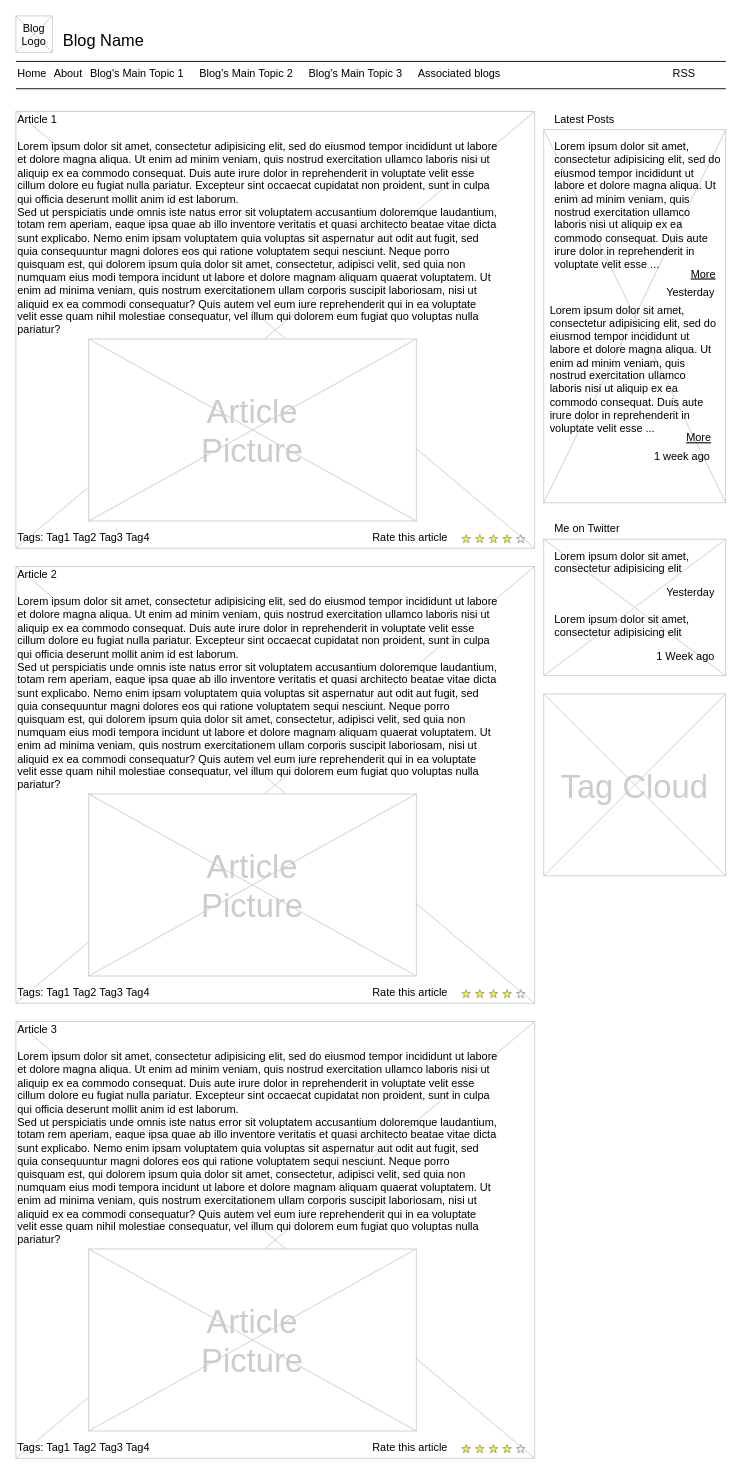
Earlier version of the draw.io diagram test.drawio (marina-bozic/s3-terraform). Source tidied: cells renumbered, new cells numbered last; positions are measured from the earlier drawing's top-left corner, leaving out a move shared by most shapes. Both pictures are drawn from the tidied source at 91%, with x=0, y=0 at pixel (15, 15).
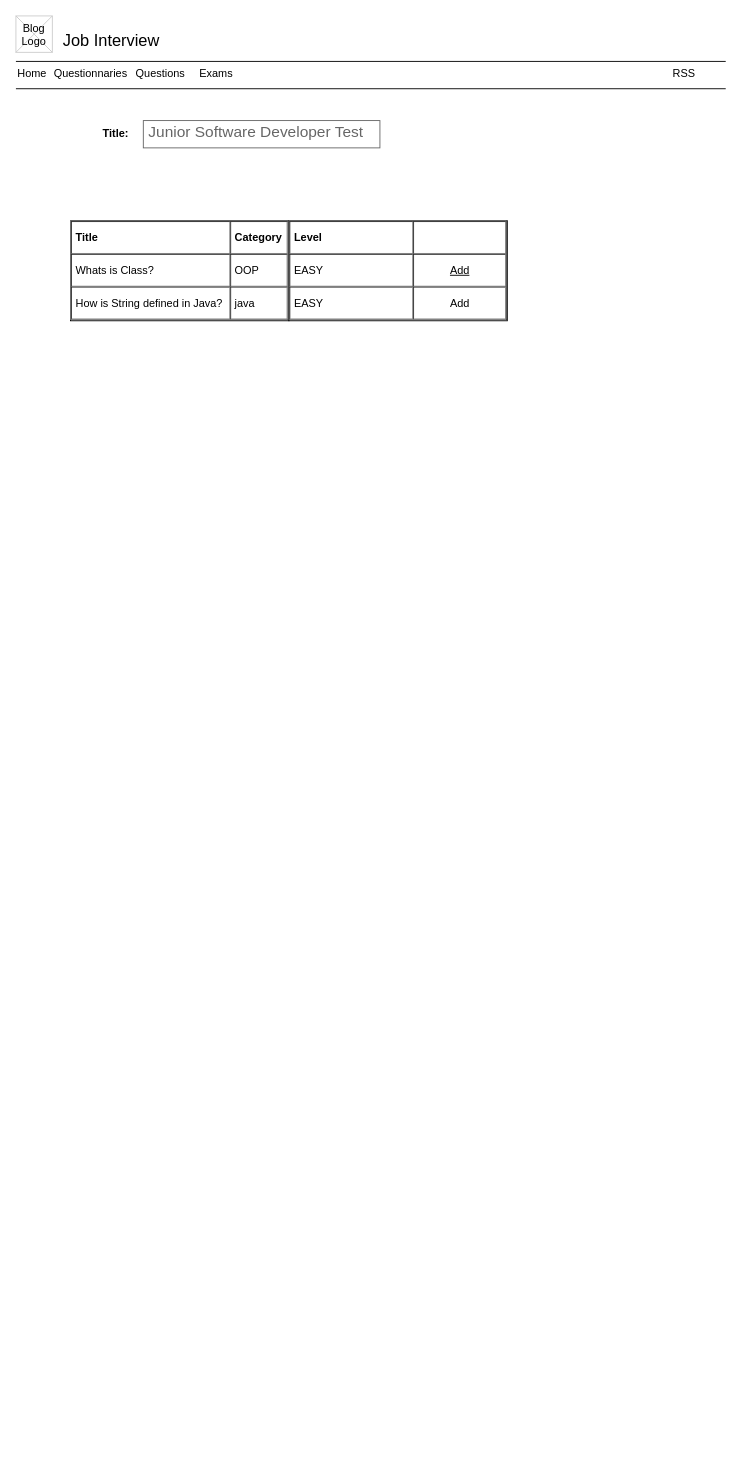
After the change.

Diff of the diagram source:
```diff
@@
-    <mxCell id="2" style="verticalLabelPosition=bottom;verticalAlign=top;strokeWidth=1;shape=mxgraph.mockup.graphics.iconGrid;strokeColor=#CCCCCC;gridSize=1,1;" parent="1" vertex="1">
-      <mxGeometry x="580" y="125" width="200" height="410" as="geometry" />
-    </mxCell>
-    <mxCell id="3" style="verticalLabelPosition=bottom;verticalAlign=top;strokeWidth=1;shape=mxgraph.mockup.graphics.iconGrid;strokeColor=#CCCCCC;gridSize=1,1;" parent="1" vertex="1">
-      <mxGeometry y="105" width="570" height="480" as="geometry" />
-    </mxCell>
-    <mxCell id="4" value="Blog Name" style="text;spacingTop=-5;fontSize=18;fontStyle=0;" parent="1" vertex="1">
-      <mxGeometry x="50" y="15" width="230" height="20" as="geometry" />
-    </mxCell>
+    <mxCell id="54" value="Job Interview" style="text;spacingTop=-5;fontSize=18;fontStyle=0;" parent="1" vertex="1">
+      <mxGeometry x="50" y="15" width="230" height="20" as="geometry" />
+    </mxCell>
@@
-    <mxCell id="8" value="About" style="text;spacingTop=-5;" parent="1" vertex="1">
-      <mxGeometry x="40" y="55" width="30" height="20" as="geometry" />
-    </mxCell>
-    <mxCell id="9" value="Associated blogs" style="text;spacingTop=-5;" parent="1" vertex="1">
-      <mxGeometry x="440" y="55" width="30" height="20" as="geometry" />
-    </mxCell>
-    <mxCell id="10" value="Article 1" style="text;spacingTop=-5;" parent="1" vertex="1">
-      <mxGeometry y="105" width="30" height="20" as="geometry" />
-    </mxCell>
-    <mxCell id="11" value="Lorem ipsum dolor sit amet, consectetur adipisicing elit, sed do eiusmod tempor incididunt ut labore et dolore magna aliqua. Ut enim ad minim veniam, quis nostrud exercitation ullamco laboris nisi ut aliquip ex ea commodo consequat. Duis aute irure dolor in reprehenderit in voluptate velit esse cillum dolore eu fugiat nulla pariatur. Excepteur sint occaecat cupidatat non proident, sunt in culpa qui officia deserunt mollit anim id est laborum.&#10;Sed ut perspiciatis unde omnis iste natus error sit voluptatem accusantium doloremque laudantium, totam rem aperiam, eaque ipsa quae ab illo inventore veritatis et quasi architecto beatae vitae dicta sunt explicabo. Nemo enim ipsam voluptatem quia voluptas sit aspernatur aut odit aut fugit, sed quia consequuntur magni dolores eos qui ratione voluptatem sequi nesciunt. Neque porro quisquam est, qui dolorem ipsum quia dolor sit amet, consectetur, adipisci velit, sed quia non numquam eius modi tempora incidunt ut labore et dolore magnam aliquam quaerat voluptatem. Ut enim ad minima veniam, quis nostrum exercitationem ullam corporis suscipit laboriosam, nisi ut aliquid ex ea commodi consequatur? Quis autem vel eum iure reprehenderit qui in ea voluptate velit esse quam nihil molestiae consequatur, vel illum qui dolorem eum fugiat quo voluptas nulla pariatur?" style="text;spacingTop=-5;whiteSpace=wrap;align=left;" parent="1" vertex="1">
-      <mxGeometry y="135" width="530" height="250" as="geometry" />
-    </mxCell>
-    <mxCell id="12" value="Latest Posts" style="text;spacingTop=-5;" parent="1" vertex="1">
-      <mxGeometry x="590" y="105" width="30" height="20" as="geometry" />
-    </mxCell>
+    <mxCell id="55" value="Questionnaries" style="text;spacingTop=-5;" parent="1" vertex="1">
+      <mxGeometry x="40" y="55" width="30" height="20" as="geometry" />
+    </mxCell>
@@
-    <mxCell id="14" value="Lorem ipsum dolor sit amet, consectetur adipisicing elit, sed do eiusmod tempor incididunt ut labore et dolore magna aliqua. Ut enim ad minim veniam, quis nostrud exercitation ullamco laboris nisi ut aliquip ex ea commodo consequat. Duis aute irure dolor in reprehenderit in voluptate velit esse ..." style="text;spacingTop=-5;whiteSpace=wrap;align=left;" parent="1" vertex="1">
-      <mxGeometry x="590" y="135" width="190" height="140" as="geometry" />
-    </mxCell>
-    <mxCell id="15" value="More" style="text;spacingTop=-5;fontStyle=4;" parent="1" vertex="1">
-      <mxGeometry x="740" y="275" width="30" height="20" as="geometry" />
-    </mxCell>
-    <mxCell id="16" value="Yesterday" style="text;spacingTop=-5;fontStyle=0;align=right;" parent="1" vertex="1">
-      <mxGeometry x="740" y="295" width="30" height="20" as="geometry" />
-    </mxCell>
-    <mxCell id="17" value="Lorem ipsum dolor sit amet, consectetur adipisicing elit, sed do eiusmod tempor incididunt ut labore et dolore magna aliqua. Ut enim ad minim veniam, quis nostrud exercitation ullamco laboris nisi ut aliquip ex ea commodo consequat. Duis aute irure dolor in reprehenderit in voluptate velit esse ..." style="text;spacingTop=-5;whiteSpace=wrap;align=left;" parent="1" vertex="1">
-      <mxGeometry x="585" y="315" width="190" height="140" as="geometry" />
-    </mxCell>
-    <mxCell id="18" value="More" style="text;spacingTop=-5;fontStyle=4;" parent="1" vertex="1">
-      <mxGeometry x="735" y="455" width="30" height="20" as="geometry" />
-    </mxCell>
-    <mxCell id="19" value="1 week ago" style="text;spacingTop=-5;fontStyle=0;align=right;" parent="1" vertex="1">
-      <mxGeometry x="735" y="475" width="30" height="20" as="geometry" />
-    </mxCell>
@@
-    <mxCell id="22" value="Blog's Main Topic 1" style="text;spacingTop=-5;" parent="1" vertex="1">
-      <mxGeometry x="80" y="55" width="30" height="20" as="geometry" />
-    </mxCell>
-    <mxCell id="23" value="Blog's Main Topic 2" style="text;spacingTop=-5;" parent="1" vertex="1">
-      <mxGeometry x="200" y="55" width="30" height="20" as="geometry" />
-    </mxCell>
-    <mxCell id="24" value="Blog's Main Topic 3" style="text;spacingTop=-5;" parent="1" vertex="1">
-      <mxGeometry x="320" y="55" width="30" height="20" as="geometry" />
-    </mxCell>
-    <mxCell id="25" style="verticalLabelPosition=bottom;verticalAlign=top;strokeWidth=1;shape=mxgraph.mockup.graphics.iconGrid;strokeColor=#CCCCCC;gridSize=1,1;" parent="1" vertex="1">
-      <mxGeometry x="80" y="355" width="360" height="200" as="geometry" />
-    </mxCell>
-    <mxCell id="26" value="Article&#10;Picture" style="text;spacingTop=-5;align=center;verticalAlign=middle;fontSize=36;fontColor=#CCCCCC;" parent="1" vertex="1">
-      <mxGeometry x="80" y="355" width="360" height="200" as="geometry" />
-    </mxCell>
-    <mxCell id="27" style="verticalLabelPosition=bottom;verticalAlign=top;strokeWidth=1;shape=mxgraph.mockup.graphics.iconGrid;strokeColor=#CCCCCC;gridSize=1,1;" parent="1" vertex="1">
-      <mxGeometry y="605" width="570" height="480" as="geometry" />
-    </mxCell>
-    <mxCell id="28" value="Article 2" style="text;spacingTop=-5;" parent="1" vertex="1">
-      <mxGeometry y="605" width="30" height="20" as="geometry" />
-    </mxCell>
-    <mxCell id="29" value="Lorem ipsum dolor sit amet, consectetur adipisicing elit, sed do eiusmod tempor incididunt ut labore et dolore magna aliqua. Ut enim ad minim veniam, quis nostrud exercitation ullamco laboris nisi ut aliquip ex ea commodo consequat. Duis aute irure dolor in reprehenderit in voluptate velit esse cillum dolore eu fugiat nulla pariatur. Excepteur sint occaecat cupidatat non proident, sunt in culpa qui officia deserunt mollit anim id est laborum.&#10;Sed ut perspiciatis unde omnis iste natus error sit voluptatem accusantium doloremque laudantium, totam rem aperiam, eaque ipsa quae ab illo inventore veritatis et quasi architecto beatae vitae dicta sunt explicabo. Nemo enim ipsam voluptatem quia voluptas sit aspernatur aut odit aut fugit, sed quia consequuntur magni dolores eos qui ratione voluptatem sequi nesciunt. Neque porro quisquam est, qui dolorem ipsum quia dolor sit amet, consectetur, adipisci velit, sed quia non numquam eius modi tempora incidunt ut labore et dolore magnam aliquam quaerat voluptatem. Ut enim ad minima veniam, quis nostrum exercitationem ullam corporis suscipit laboriosam, nisi ut aliquid ex ea commodi consequatur? Quis autem vel eum iure reprehenderit qui in ea voluptate velit esse quam nihil molestiae consequatur, vel illum qui dolorem eum fugiat quo voluptas nulla pariatur?" style="text;spacingTop=-5;whiteSpace=wrap;align=left;" parent="1" vertex="1">
-      <mxGeometry y="635" width="530" height="250" as="geometry" />
-    </mxCell>
-    <mxCell id="30" style="verticalLabelPosition=bottom;verticalAlign=top;strokeWidth=1;shape=mxgraph.mockup.graphics.iconGrid;strokeColor=#CCCCCC;gridSize=1,1;" parent="1" vertex="1">
-      <mxGeometry x="80" y="855" width="360" height="200" as="geometry" />
-    </mxCell>
-    <mxCell id="31" value="Article&#10;Picture" style="text;spacingTop=-5;align=center;verticalAlign=middle;fontSize=36;fontColor=#CCCCCC;" parent="1" vertex="1">
-      <mxGeometry x="80" y="855" width="360" height="200" as="geometry" />
-    </mxCell>
-    <mxCell id="32" style="verticalLabelPosition=bottom;verticalAlign=top;strokeWidth=1;shape=mxgraph.mockup.graphics.iconGrid;strokeColor=#CCCCCC;gridSize=1,1;" parent="1" vertex="1">
-      <mxGeometry y="1105" width="570" height="480" as="geometry" />
-    </mxCell>
-    <mxCell id="33" value="Article 3" style="text;spacingTop=-5;" parent="1" vertex="1">
-      <mxGeometry y="1105" width="30" height="20" as="geometry" />
-    </mxCell>
-    <mxCell id="34" value="Lorem ipsum dolor sit amet, consectetur adipisicing elit, sed do eiusmod tempor incididunt ut labore et dolore magna aliqua. Ut enim ad minim veniam, quis nostrud exercitation ullamco laboris nisi ut aliquip ex ea commodo consequat. Duis aute irure dolor in reprehenderit in voluptate velit esse cillum dolore eu fugiat nulla pariatur. Excepteur sint occaecat cupidatat non proident, sunt in culpa qui officia deserunt mollit anim id est laborum.&#10;Sed ut perspiciatis unde omnis iste natus error sit voluptatem accusantium doloremque laudantium, totam rem aperiam, eaque ipsa quae ab illo inventore veritatis et quasi architecto beatae vitae dicta sunt explicabo. Nemo enim ipsam voluptatem quia voluptas sit aspernatur aut odit aut fugit, sed quia consequuntur magni dolores eos qui ratione voluptatem sequi nesciunt. Neque porro quisquam est, qui dolorem ipsum quia dolor sit amet, consectetur, adipisci velit, sed quia non numquam eius modi tempora incidunt ut labore et dolore magnam aliquam quaerat voluptatem. Ut enim ad minima veniam, quis nostrum exercitationem ullam corporis suscipit laboriosam, nisi ut aliquid ex ea commodi consequatur? Quis autem vel eum iure reprehenderit qui in ea voluptate velit esse quam nihil molestiae consequatur, vel illum qui dolorem eum fugiat quo voluptas nulla pariatur?" style="text;spacingTop=-5;whiteSpace=wrap;align=left;" parent="1" vertex="1">
-      <mxGeometry y="1135" width="530" height="250" as="geometry" />
-    </mxCell>
-    <mxCell id="35" style="verticalLabelPosition=bottom;verticalAlign=top;strokeWidth=1;shape=mxgraph.mockup.graphics.iconGrid;strokeColor=#CCCCCC;gridSize=1,1;" parent="1" vertex="1">
-      <mxGeometry x="80" y="1355" width="360" height="200" as="geometry" />
-    </mxCell>
-    <mxCell id="36" value="Article&#10;Picture" style="text;spacingTop=-5;align=center;verticalAlign=middle;fontSize=36;fontColor=#CCCCCC;" parent="1" vertex="1">
-      <mxGeometry x="80" y="1355" width="360" height="200" as="geometry" />
-    </mxCell>
-    <mxCell id="37" style="verticalLabelPosition=bottom;verticalAlign=top;strokeWidth=1;shape=mxgraph.mockup.misc.rating;strokeColor=#999999;fillColor=#ffff00;emptyFillColor=#ffffff;grade=4;ratingScale=5;ratingStyle=star;" parent="1" vertex="1">
-      <mxGeometry x="490" y="570" width="77.5" height="10" as="geometry" />
-    </mxCell>
-    <mxCell id="38" value="Rate this article" style="text;spacingTop=-5;" parent="1" vertex="1">
-      <mxGeometry x="390" y="565" width="30" height="20" as="geometry" />
-    </mxCell>
-    <mxCell id="39" style="verticalLabelPosition=bottom;verticalAlign=top;strokeWidth=1;shape=mxgraph.mockup.misc.rating;strokeColor=#999999;fillColor=#ffff00;emptyFillColor=#ffffff;grade=4;ratingScale=5;ratingStyle=star;" parent="1" vertex="1">
-      <mxGeometry x="490" y="1070" width="77.5" height="10" as="geometry" />
-    </mxCell>
-    <mxCell id="40" value="Rate this article" style="text;spacingTop=-5;" parent="1" vertex="1">
-      <mxGeometry x="390" y="1065" width="30" height="20" as="geometry" />
-    </mxCell>
-    <mxCell id="41" style="verticalLabelPosition=bottom;verticalAlign=top;strokeWidth=1;shape=mxgraph.mockup.misc.rating;strokeColor=#999999;fillColor=#ffff00;emptyFillColor=#ffffff;grade=4;ratingScale=5;ratingStyle=star;" parent="1" vertex="1">
-      <mxGeometry x="490" y="1570" width="77.5" height="10" as="geometry" />
-    </mxCell>
-    <mxCell id="42" value="Rate this article" style="text;spacingTop=-5;" parent="1" vertex="1">
-      <mxGeometry x="390" y="1565" width="30" height="20" as="geometry" />
-    </mxCell>
-    <mxCell id="43" value="Tags: Tag1 Tag2 Tag3 Tag4" style="text;spacingTop=-5;" parent="1" vertex="1">
-      <mxGeometry y="565" width="210" height="20" as="geometry" />
-    </mxCell>
-    <mxCell id="44" value="Tags: Tag1 Tag2 Tag3 Tag4" style="text;spacingTop=-5;" parent="1" vertex="1">
-      <mxGeometry y="1065" width="210" height="20" as="geometry" />
-    </mxCell>
-    <mxCell id="45" value="Tags: Tag1 Tag2 Tag3 Tag4" style="text;spacingTop=-5;" parent="1" vertex="1">
-      <mxGeometry y="1565" width="210" height="20" as="geometry" />
-    </mxCell>
-    <mxCell id="46" style="verticalLabelPosition=bottom;verticalAlign=top;strokeWidth=1;shape=mxgraph.mockup.graphics.iconGrid;strokeColor=#CCCCCC;gridSize=1,1;" parent="1" vertex="1">
-      <mxGeometry x="580" y="575" width="200" height="150" as="geometry" />
-    </mxCell>
-    <mxCell id="47" value="Me on Twitter" style="text;spacingTop=-5;" parent="1" vertex="1">
-      <mxGeometry x="590" y="555" width="30" height="20" as="geometry" />
-    </mxCell>
-    <mxCell id="48" value="Lorem ipsum dolor sit amet, consectetur adipisicing elit" style="text;spacingTop=-5;whiteSpace=wrap;align=left;" parent="1" vertex="1">
-      <mxGeometry x="590" y="585" width="190" height="40" as="geometry" />
-    </mxCell>
-    <mxCell id="49" value="Yesterday" style="text;spacingTop=-5;fontStyle=0;align=right;" parent="1" vertex="1">
-      <mxGeometry x="740" y="625" width="30" height="20" as="geometry" />
-    </mxCell>
-    <mxCell id="50" style="verticalLabelPosition=bottom;verticalAlign=top;strokeWidth=1;shape=mxgraph.mockup.graphics.iconGrid;strokeColor=#CCCCCC;gridSize=1,1;" parent="1" vertex="1">
-      <mxGeometry x="580" y="745" width="200" height="200" as="geometry" />
-    </mxCell>
-    <mxCell id="51" value="Tag Cloud" style="text;spacingTop=-5;align=center;verticalAlign=middle;fontSize=36;fontColor=#CCCCCC;" parent="1" vertex="1">
-      <mxGeometry x="580" y="745" width="200" height="200" as="geometry" />
-    </mxCell>
-    <mxCell id="52" value="Lorem ipsum dolor sit amet, consectetur adipisicing elit" style="text;spacingTop=-5;whiteSpace=wrap;align=left;" parent="1" vertex="1">
-      <mxGeometry x="590" y="655" width="190" height="40" as="geometry" />
-    </mxCell>
-    <mxCell id="53" value="1 Week ago" style="text;spacingTop=-5;fontStyle=0;align=right;" parent="1" vertex="1">
-      <mxGeometry x="740" y="695" width="30" height="20" as="geometry" />
-    </mxCell>
+    <mxCell id="56" value="Questions" style="text;spacingTop=-5;" parent="1" vertex="1">
+      <mxGeometry x="130" y="55" width="30" height="20" as="geometry" />
+    </mxCell>
+    <mxCell id="57" value="Exams" style="text;spacingTop=-5;" parent="1" vertex="1">
+      <mxGeometry x="200" y="55" width="30" height="20" as="geometry" />
+    </mxCell>
+    <mxCell id="58" value="Junior Software Developer Test" style="strokeWidth=1;shadow=0;dashed=0;align=center;html=1;shape=mxgraph.mockup.text.textBox;fontColor=#666666;align=left;fontSize=17;spacingLeft=4;spacingTop=-3;strokeColor=#666666;mainText=;" parent="1" vertex="1">
+      <mxGeometry x="140" y="115" width="260" height="30" as="geometry" />
+    </mxCell>
+    <mxCell id="59" value="&lt;b&gt;Title:&lt;/b&gt;" style="text;html=1;strokeColor=none;fillColor=none;align=center;verticalAlign=middle;whiteSpace=wrap;rounded=0;" parent="1" vertex="1">
+      <mxGeometry x="70" y="115" width="80" height="30" as="geometry" />
+    </mxCell>
+    <mxCell id="60" value="&lt;table cellpadding=&quot;4&quot; cellspacing=&quot;0&quot; border=&quot;1&quot; style=&quot;font-size: 1em ; width: 100% ; height: 100%&quot;&gt;&lt;tbody&gt;&lt;tr&gt;&lt;th&gt;Title&lt;/th&gt;&lt;th&gt;Category&lt;/th&gt;&lt;/tr&gt;&lt;tr&gt;&lt;td&gt;Whats is Class?&lt;/td&gt;&lt;td&gt;OOP&lt;/td&gt;&lt;/tr&gt;&lt;tr&gt;&lt;td&gt;How is String defined in Java?&lt;/td&gt;&lt;td&gt;java&lt;/td&gt;&lt;/tr&gt;&lt;/tbody&gt;&lt;/table&gt; " style="verticalAlign=top;align=left;overflow=fill;fontSize=12;fontFamily=Helvetica;html=1;" parent="1" vertex="1">
+      <mxGeometry x="60" y="225" width="240" height="110" as="geometry" />
+    </mxCell>
+    <mxCell id="61" value="&lt;table cellpadding=&quot;4&quot; cellspacing=&quot;0&quot; border=&quot;1&quot; style=&quot;font-size: 1em ; width: 100% ; height: 100%&quot;&gt;&lt;tbody&gt;&lt;tr&gt;&lt;th&gt;Level&lt;/th&gt;&lt;th&gt;&lt;br&gt;&lt;/th&gt;&lt;/tr&gt;&lt;tr&gt;&lt;td&gt;EASY&lt;/td&gt;&lt;td style=&quot;text-align: center&quot;&gt;&lt;u&gt;Add&lt;/u&gt;&lt;/td&gt;&lt;/tr&gt;&lt;tr&gt;&lt;td&gt;EASY&lt;/td&gt;&lt;td style=&quot;text-align: center&quot;&gt;Add&lt;/td&gt;&lt;/tr&gt;&lt;/tbody&gt;&lt;/table&gt; " style="verticalAlign=top;align=left;overflow=fill;fontSize=12;fontFamily=Helvetica;html=1;" parent="1" vertex="1">
+      <mxGeometry x="300" y="225" width="240" height="110" as="geometry" />
+    </mxCell>
```
